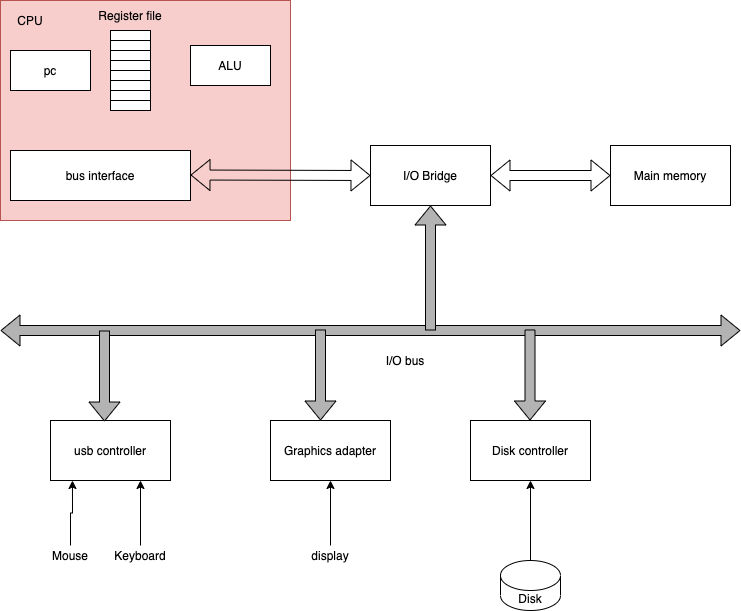
The draw.io diagram hardware-organization-system.png in sivanbil/architecthure-diagram, before a commit. Source tidied: cells renumbered, new cells last; positions are measured from the earlier drawing's top-left corner, leaving out a move shared by most shapes. The source it was exported from:
```xml
<mxGraphModel>
  <root>
    <mxCell id="0" />
    <mxCell id="1" parent="0" />
    <mxCell id="2" style="rounded=0;whiteSpace=wrap;html=1;fillColor=#f8cecc;strokeColor=#b85450;" parent="1" vertex="1">
      <mxGeometry width="290" height="220" as="geometry" />
    </mxCell>
    <mxCell id="3" value="pc" style="rounded=0;whiteSpace=wrap;html=1;" parent="1" vertex="1">
      <mxGeometry x="10" y="50" width="80" height="40" as="geometry" />
    </mxCell>
    <mxCell id="4" value="bus interface" style="rounded=0;whiteSpace=wrap;html=1;" parent="1" vertex="1">
      <mxGeometry x="10" y="150" width="180" height="50" as="geometry" />
    </mxCell>
    <mxCell id="5" style="rounded=0;whiteSpace=wrap;html=1;" parent="1" vertex="1">
      <mxGeometry x="110" y="30" width="40" height="10" as="geometry" />
    </mxCell>
    <mxCell id="6" style="rounded=0;whiteSpace=wrap;html=1;" parent="1" vertex="1">
      <mxGeometry x="110" y="40" width="40" height="10" as="geometry" />
    </mxCell>
    <mxCell id="7" style="rounded=0;whiteSpace=wrap;html=1;" parent="1" vertex="1">
      <mxGeometry x="110" y="50" width="40" height="10" as="geometry" />
    </mxCell>
    <mxCell id="8" style="rounded=0;whiteSpace=wrap;html=1;" parent="1" vertex="1">
      <mxGeometry x="110" y="60" width="40" height="10" as="geometry" />
    </mxCell>
    <mxCell id="9" style="rounded=0;whiteSpace=wrap;html=1;" parent="1" vertex="1">
      <mxGeometry x="110" y="70" width="40" height="10" as="geometry" />
    </mxCell>
    <mxCell id="10" style="rounded=0;whiteSpace=wrap;html=1;" parent="1" vertex="1">
      <mxGeometry x="110" y="80" width="40" height="10" as="geometry" />
    </mxCell>
    <mxCell id="11" style="rounded=0;whiteSpace=wrap;html=1;" parent="1" vertex="1">
      <mxGeometry x="110" y="90" width="40" height="10" as="geometry" />
    </mxCell>
    <mxCell id="12" style="rounded=0;whiteSpace=wrap;html=1;" parent="1" vertex="1">
      <mxGeometry x="110" y="100" width="40" height="10" as="geometry" />
    </mxCell>
    <mxCell id="13" value="Register file" style="text;html=1;strokeColor=none;fillColor=none;align=center;verticalAlign=middle;whiteSpace=wrap;rounded=0;" parent="1" vertex="1">
      <mxGeometry x="90" y="10" width="80" height="10" as="geometry" />
    </mxCell>
    <mxCell id="14" value="ALU" style="rounded=0;whiteSpace=wrap;html=1;" parent="1" vertex="1">
      <mxGeometry x="190" y="45" width="80" height="40" as="geometry" />
    </mxCell>
    <mxCell id="15" value="CPU" style="text;html=1;strokeColor=none;fillColor=none;align=center;verticalAlign=middle;whiteSpace=wrap;rounded=0;" parent="1" vertex="1">
      <mxGeometry x="10" y="10" width="40" height="20" as="geometry" />
    </mxCell>
    <mxCell id="16" value="I/O Bridge" style="rounded=0;whiteSpace=wrap;html=1;" parent="1" vertex="1">
      <mxGeometry x="370" y="145" width="120" height="60" as="geometry" />
    </mxCell>
    <mxCell id="17" value="Main memory" style="rounded=0;whiteSpace=wrap;html=1;" parent="1" vertex="1">
      <mxGeometry x="610" y="145" width="120" height="60" as="geometry" />
    </mxCell>
    <mxCell id="18" value="usb controller" style="rounded=0;whiteSpace=wrap;html=1;" parent="1" vertex="1">
      <mxGeometry x="50" y="420" width="120" height="60" as="geometry" />
    </mxCell>
    <mxCell id="19" value="Graphics adapter" style="rounded=0;whiteSpace=wrap;html=1;" parent="1" vertex="1">
      <mxGeometry x="270" y="420" width="120" height="60" as="geometry" />
    </mxCell>
    <mxCell id="20" value="Disk controller" style="rounded=0;whiteSpace=wrap;html=1;" parent="1" vertex="1">
      <mxGeometry x="470" y="420" width="120" height="60" as="geometry" />
    </mxCell>
    <mxCell id="21" style="edgeStyle=orthogonalEdgeStyle;rounded=0;jettySize=auto;html=1;exitX=0.5;exitY=0;exitDx=0;exitDy=0;entryX=0.183;entryY=1;entryDx=0;entryDy=0;entryPerimeter=0;" parent="1" edge="1" source="22" target="18">
      <mxGeometry relative="1" as="geometry" />
    </mxCell>
    <mxCell id="22" value="Mouse" style="text;html=1;strokeColor=none;fillColor=none;align=center;verticalAlign=middle;whiteSpace=wrap;rounded=0;" parent="1" vertex="1">
      <mxGeometry x="50" y="545" width="40" height="20" as="geometry" />
    </mxCell>
    <mxCell id="23" style="edgeStyle=orthogonalEdgeStyle;rounded=0;jettySize=auto;html=1;exitX=0.5;exitY=0;exitDx=0;exitDy=0;entryX=0.75;entryY=1;entryDx=0;entryDy=0;" parent="1" edge="1" source="24" target="18">
      <mxGeometry relative="1" as="geometry" />
    </mxCell>
    <mxCell id="24" value="Keyboard" style="text;html=1;strokeColor=none;fillColor=none;align=center;verticalAlign=middle;whiteSpace=wrap;rounded=0;" parent="1" vertex="1">
      <mxGeometry x="120" y="545" width="40" height="20" as="geometry" />
    </mxCell>
    <mxCell id="25" style="edgeStyle=orthogonalEdgeStyle;rounded=0;jettySize=auto;html=1;exitX=0.5;exitY=0;exitDx=0;exitDy=0;entryX=0.5;entryY=1;entryDx=0;entryDy=0;" parent="1" edge="1" source="26" target="19">
      <mxGeometry relative="1" as="geometry" />
    </mxCell>
    <mxCell id="26" value="display" style="text;html=1;strokeColor=none;fillColor=none;align=center;verticalAlign=middle;whiteSpace=wrap;rounded=0;" parent="1" vertex="1">
      <mxGeometry x="310" y="545" width="40" height="20" as="geometry" />
    </mxCell>
    <mxCell id="27" style="edgeStyle=orthogonalEdgeStyle;rounded=0;jettySize=auto;html=1;entryX=0.5;entryY=1;entryDx=0;entryDy=0;" parent="1" edge="1" source="28" target="20">
      <mxGeometry relative="1" as="geometry" />
    </mxCell>
    <mxCell id="28" value="Disk" style="shape=cylinder3;whiteSpace=wrap;html=1;boundedLbl=1;backgroundOutline=1;size=15;" parent="1" vertex="1">
      <mxGeometry x="500" y="560" width="60" height="50" as="geometry" />
    </mxCell>
    <mxCell id="29" style="shape=flexArrow;endArrow=classic;startArrow=classic;html=1;entryX=0;entryY=0.5;entryDx=0;entryDy=0;exitX=1;exitY=0.5;exitDx=0;exitDy=0;" parent="1" edge="1" source="16" target="17">
      <mxGeometry relative="1" as="geometry" />
    </mxCell>
    <mxCell id="30" style="shape=flexArrow;endArrow=classic;startArrow=classic;html=1;entryX=0;entryY=0.5;entryDx=0;entryDy=0;exitX=1;exitY=0.5;exitDx=0;exitDy=0;" parent="1" edge="1" target="16">
      <mxGeometry relative="1" as="geometry">
        <mxPoint x="190" y="174.5" as="sourcePoint" />
      </mxGeometry>
    </mxCell>
    <mxCell id="31" style="shape=flexArrow;endArrow=classic;startArrow=classic;html=1;fillColor=#B3B3B3;" parent="1" edge="1">
      <mxGeometry relative="1" as="geometry">
        <mxPoint y="330" as="sourcePoint" />
        <mxPoint x="740" y="330" as="targetPoint" />
      </mxGeometry>
    </mxCell>
    <mxCell id="32" style="shape=flexArrow;endArrow=classic;html=1;fillColor=#B3B3B3;entryX=0.45;entryY=0.017;entryDx=0;entryDy=0;entryPerimeter=0;" parent="1" edge="1" target="18">
      <mxGeometry relative="1" as="geometry">
        <mxPoint x="104" y="330" as="sourcePoint" />
      </mxGeometry>
    </mxCell>
    <mxCell id="33" style="shape=flexArrow;endArrow=classic;html=1;fillColor=#B3B3B3;entryX=0.45;entryY=0.017;entryDx=0;entryDy=0;entryPerimeter=0;" parent="1" edge="1">
      <mxGeometry relative="1" as="geometry">
        <mxPoint x="320" y="329" as="sourcePoint" />
        <mxPoint x="320" y="420" as="targetPoint" />
      </mxGeometry>
    </mxCell>
    <mxCell id="34" style="shape=flexArrow;endArrow=classic;html=1;fillColor=#B3B3B3;entryX=0.45;entryY=0.017;entryDx=0;entryDy=0;entryPerimeter=0;" parent="1" edge="1">
      <mxGeometry relative="1" as="geometry">
        <mxPoint x="529.5" y="329" as="sourcePoint" />
        <mxPoint x="529.5" y="420" as="targetPoint" />
      </mxGeometry>
    </mxCell>
    <mxCell id="35" style="shape=flexArrow;endArrow=classic;html=1;fillColor=#B3B3B3;entryX=0.5;entryY=1;entryDx=0;entryDy=0;" parent="1" edge="1" target="16">
      <mxGeometry relative="1" as="geometry">
        <mxPoint x="430" y="330" as="sourcePoint" />
      </mxGeometry>
    </mxCell>
    <mxCell id="36" value="I/O bus" style="text;html=1;strokeColor=none;fillColor=none;align=center;verticalAlign=middle;whiteSpace=wrap;rounded=0;" parent="1" vertex="1">
      <mxGeometry x="370" y="350" width="70" height="20" as="geometry" />
    </mxCell>
  </root>
</mxGraphModel>
```
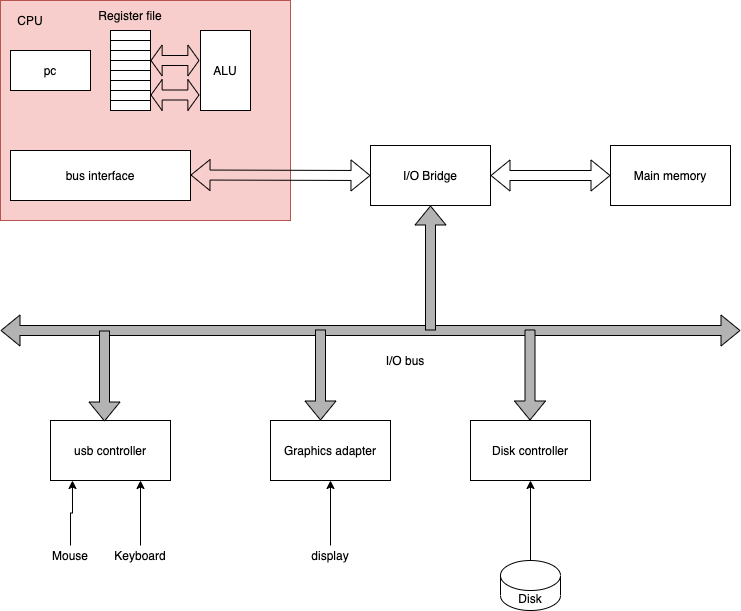
The same file after the commit.

Change to the diagram source:
```diff
@@ -39,7 +39,7 @@
       <mxGeometry x="90" y="10" width="80" height="10" as="geometry" />
     </mxCell>
     <mxCell id="14" value="ALU" style="rounded=0;whiteSpace=wrap;html=1;" parent="1" vertex="1">
-      <mxGeometry x="190" y="45" width="80" height="40" as="geometry" />
+      <mxGeometry x="200" y="30" width="50" height="80" as="geometry" />
     </mxCell>
     <mxCell id="15" value="CPU" style="text;html=1;strokeColor=none;fillColor=none;align=center;verticalAlign=middle;whiteSpace=wrap;rounded=0;" parent="1" vertex="1">
       <mxGeometry x="10" y="10" width="40" height="20" as="geometry" />
@@ -122,5 +122,16 @@
     <mxCell id="36" value="I/O bus" style="text;html=1;strokeColor=none;fillColor=none;align=center;verticalAlign=middle;whiteSpace=wrap;rounded=0;" parent="1" vertex="1">
       <mxGeometry x="370" y="350" width="70" height="20" as="geometry" />
     </mxCell>
+    <mxCell id="37" style="shape=flexArrow;endArrow=classic;startArrow=classic;html=1;exitX=1;exitY=0;exitDx=0;exitDy=0;endWidth=20;endSize=3.38;startWidth=20;startSize=3.38;" parent="1" edge="1" source="8">
+      <mxGeometry relative="1" as="geometry">
+        <mxPoint x="199" y="60" as="targetPoint" />
+      </mxGeometry>
+    </mxCell>
+    <mxCell id="38" style="shape=flexArrow;endArrow=classic;startArrow=classic;html=1;exitX=1;exitY=0;exitDx=0;exitDy=0;endWidth=20;endSize=3.38;startWidth=20;startSize=3.38;" parent="1" edge="1">
+      <mxGeometry relative="1" as="geometry">
+        <mxPoint x="150" y="94.5" as="sourcePoint" />
+        <mxPoint x="199" y="94.5" as="targetPoint" />
+      </mxGeometry>
+    </mxCell>
   </root>
 </mxGraphModel>
```
